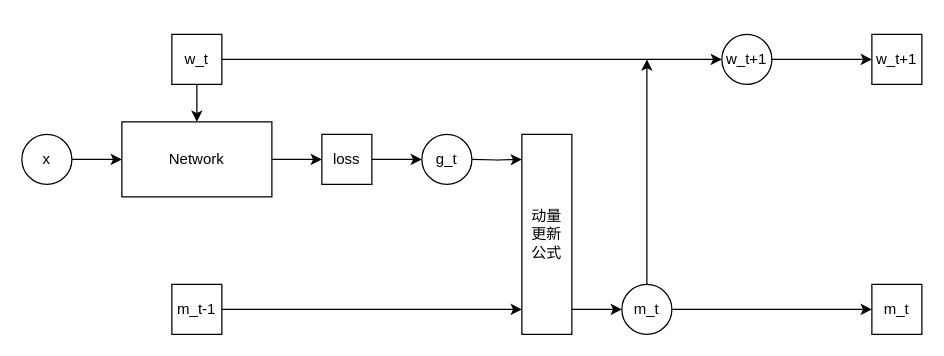
Earlier version of the draw.io diagram low-bit-optimizer.drawio (LiBromine/Test). Source tidied: cells renumbered, new cells numbered last; positions are measured from the earlier drawing's top-left corner, leaving out a move shared by most shapes. Both pictures are drawn from the tidied source at 125%, with x=0, y=0 at pixel (21, 34).
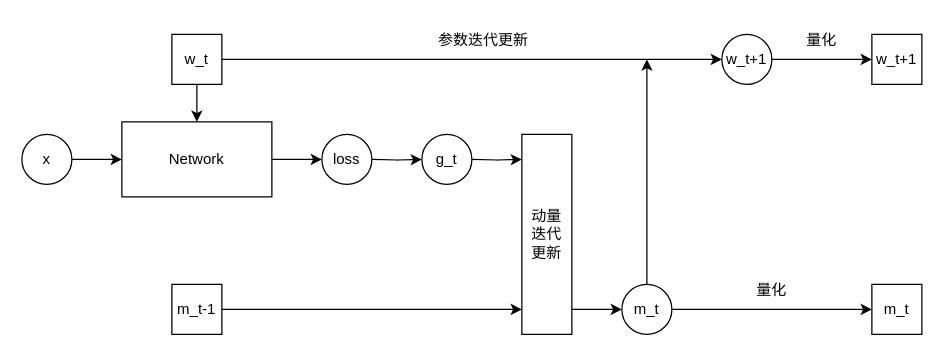
Above is the later version.

Unchanged cells that the change refers to:
```xml
<mxCell id="8" value="Network" style="whiteSpace=wrap;html=1;rounded=0;" parent="1" vertex="1">
  <mxGeometry x="80" y="70" width="120" height="60" as="geometry" />
</mxCell>
```

The edit, as a diff of the source:
```diff
@@
-    <mxCell id="7" style="edgeStyle=orthogonalEdgeStyle;rounded=0;jettySize=auto;html=1;" parent="1" edge="1" source="8" target="10">
-      <mxGeometry relative="1" as="geometry" />
+    <mxCell id="7" style="edgeStyle=orthogonalEdgeStyle;rounded=0;jettySize=auto;html=1;" parent="1" edge="1" source="8">
+      <mxGeometry relative="1" as="geometry">
+        <mxPoint x="240" y="100" as="targetPoint" />
+      </mxGeometry>
     </mxCell>
@@
-    <mxCell id="9" style="edgeStyle=orthogonalEdgeStyle;rounded=0;jettySize=auto;html=1;" parent="1" edge="1" source="10">
+    <mxCell id="9" style="edgeStyle=orthogonalEdgeStyle;rounded=0;orthogonalLoop=1;jettySize=auto;html=1;" parent="1" edge="1">
       <mxGeometry relative="1" as="geometry">
+        <mxPoint x="280" y="100" as="sourcePoint" />
         <mxPoint x="320" y="100" as="targetPoint" />
       </mxGeometry>
     </mxCell>
-    <mxCell id="10" value="loss" style="rounded=0;whiteSpace=wrap;html=1;" parent="1" vertex="1">
-      <mxGeometry x="240" y="80" width="40" height="40" as="geometry" />
-    </mxCell>
@@
-    <mxCell id="16" value="动量&lt;br&gt;更新&lt;br&gt;公式" style="whiteSpace=wrap;html=1;rounded=0;" parent="1" vertex="1">
+    <mxCell id="16" value="动量&lt;br&gt;迭代&lt;br&gt;更新" style="whiteSpace=wrap;html=1;rounded=0;" parent="1" vertex="1">
       <mxGeometry x="400" y="80" width="40" height="160" as="geometry" />
     </mxCell>
@@
+    <mxCell id="24" value="量化" style="text;html=1;strokeColor=none;fillColor=none;align=center;verticalAlign=middle;whiteSpace=wrap;rounded=0;" parent="1" vertex="1">
+      <mxGeometry x="610" y="-10" width="60" height="30" as="geometry" />
+    </mxCell>
+    <mxCell id="25" value="量化" style="text;html=1;strokeColor=none;fillColor=none;align=center;verticalAlign=middle;whiteSpace=wrap;rounded=0;" parent="1" vertex="1">
+      <mxGeometry x="570" y="190" width="60" height="30" as="geometry" />
+    </mxCell>
+    <mxCell id="26" value="参数迭代更新" style="text;html=1;strokeColor=none;fillColor=none;align=center;verticalAlign=middle;whiteSpace=wrap;rounded=0;" parent="1" vertex="1">
+      <mxGeometry x="329" y="-10" width="81" height="30" as="geometry" />
+    </mxCell>
+    <mxCell id="10" value="loss" style="ellipse;whiteSpace=wrap;html=1;" parent="1" vertex="1">
+      <mxGeometry x="240" y="80" width="40" height="40" as="geometry" />
+    </mxCell>
```
